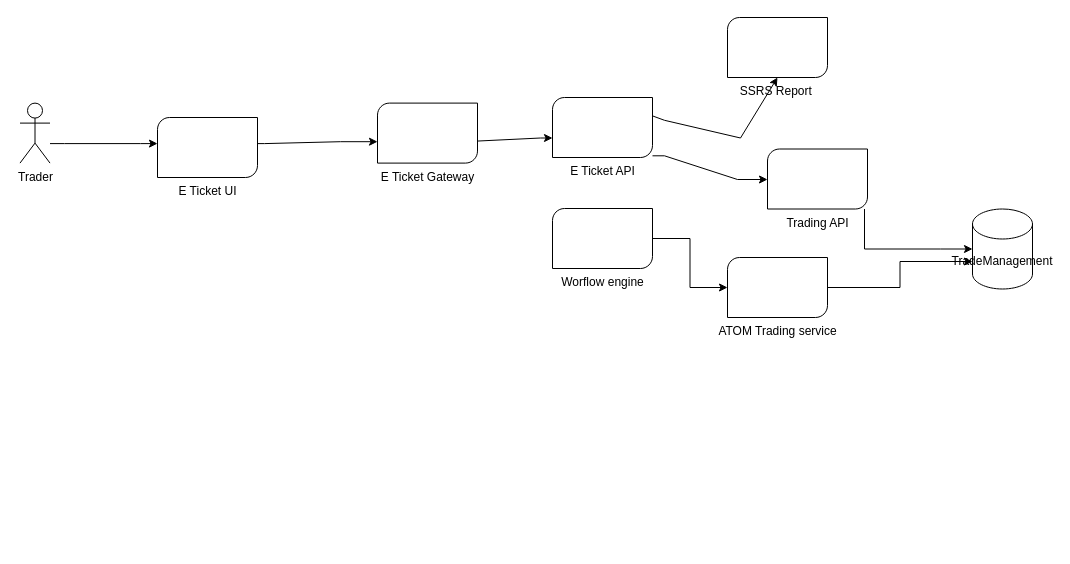
Earlier version of the draw.io diagram page "E Ticket" (1 of 6) of Untitled Diagram.drawio (jithinElambasseril/SSRSjsonDataSource). Source tidied: cells renumbered, new cells numbered last; positions are measured from the earlier drawing's top-left corner, leaving out a move shared by most shapes. Both pictures are drawn from the tidied source at 100%, with x=0, y=0 at pixel (19, 17).
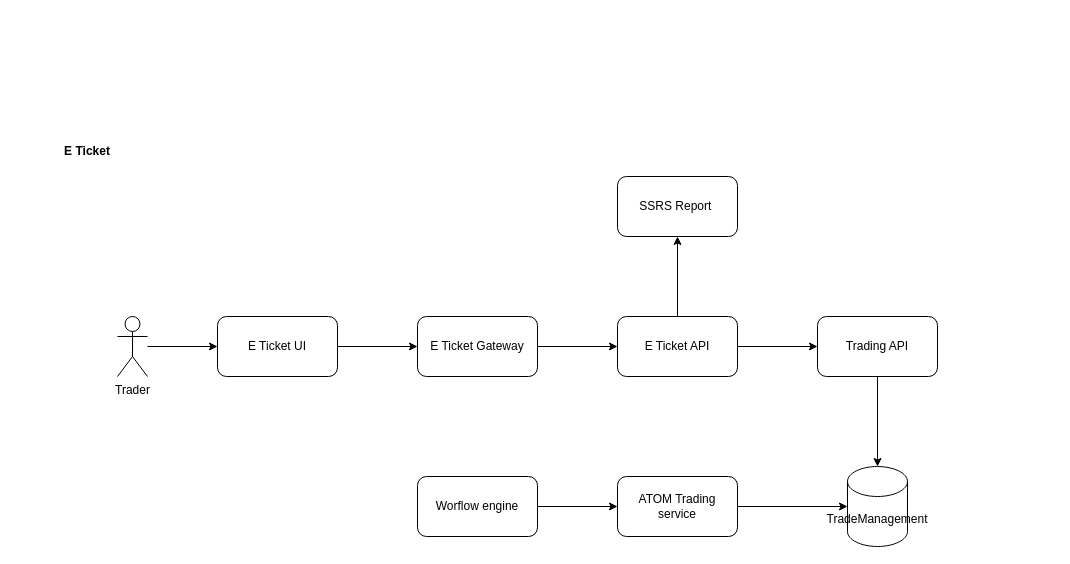
The same diagram, later.

What changed in the source:
```diff
@@
     <mxCell id="2" value="TradeManagement" style="shape=cylinder3;whiteSpace=wrap;html=1;boundedLbl=1;backgroundOutline=1;size=15;" parent="1" vertex="1">
-      <mxGeometry x="953" y="191.5" width="60" height="80" as="geometry" />
+      <mxGeometry x="828" y="449" width="60" height="80" as="geometry" />
     </mxCell>
+    <mxCell id="5" style="edgeStyle=orthogonalEdgeStyle;rounded=0;jettySize=auto;html=1;" parent="1" edge="1" source="6" target="8">
+      <mxGeometry relative="1" as="geometry" />
+    </mxCell>
+    <mxCell id="6" value="E Ticket UI" style="rounded=1;whiteSpace=wrap;html=1;" parent="1" vertex="1">
+      <mxGeometry x="198" y="299" width="120" height="60" as="geometry" />
+    </mxCell>
-    <mxCell id="3" style="edgeStyle=orthogonalEdgeStyle;rounded=0;jettySize=auto;html=1;noEdgeStyle=1;orthogonal=1;" parent="1" edge="1" source="4" target="6">
-      <mxGeometry relative="1" as="geometry">
-        <Array as="points">
-          <mxPoint x="45" y="126.1" />
-          <mxPoint x="121" y="126.1" />
-        </Array>
-      </mxGeometry>
+    <mxCell id="3" style="edgeStyle=orthogonalEdgeStyle;rounded=0;jettySize=auto;html=1;" parent="1" edge="1" source="4" target="6">
+      <mxGeometry relative="1" as="geometry" />
     </mxCell>
     <mxCell id="4" value="Trader" style="shape=umlActor;verticalLabelPosition=bottom;verticalAlign=top;html=1;outlineConnect=0;" parent="1" vertex="1">
-      <mxGeometry x="0.5" y="85.6" width="30" height="60" as="geometry" />
+      <mxGeometry x="98" y="299" width="30" height="60" as="geometry" />
     </mxCell>
-    <mxCell id="5" style="edgeStyle=orthogonalEdgeStyle;rounded=0;jettySize=auto;html=1;noEdgeStyle=1;orthogonal=1;" parent="1" edge="1" source="6" target="8">
-      <mxGeometry relative="1" as="geometry">
-        <Array as="points">
-          <mxPoint x="245" y="126.1" />
-          <mxPoint x="321" y="124.2" />
-        </Array>
-      </mxGeometry>
-    </mxCell>
-    <mxCell id="6" value="E Ticket UI" style="verticalLabelPosition=bottom;verticalAlign=top;html=1;shape=mxgraph.basic.diag_round_rect;dx=6;" parent="1" vertex="1">
-      <mxGeometry x="138" y="100" width="100" height="60" as="geometry" />
-    </mxCell>
-    <mxCell id="7" style="edgeStyle=orthogonalEdgeStyle;rounded=0;jettySize=auto;html=1;noEdgeStyle=1;orthogonal=1;" parent="1" edge="1" source="8" target="12">
-      <mxGeometry relative="1" as="geometry">
-        <Array as="points">
-          <mxPoint x="445" y="124.2" />
-          <mxPoint x="521" y="120.5" />
-        </Array>
-      </mxGeometry>
+    <mxCell id="7" style="edgeStyle=orthogonalEdgeStyle;rounded=0;jettySize=auto;html=1;" parent="1" edge="1" source="8" target="12">
+      <mxGeometry relative="1" as="geometry" />
     </mxCell>
-    <mxCell id="8" value="E Ticket Gateway" style="verticalLabelPosition=bottom;verticalAlign=top;html=1;shape=mxgraph.basic.diag_round_rect;dx=6;" parent="1" vertex="1">
-      <mxGeometry x="358" y="85.6" width="100" height="60" as="geometry" />
+    <mxCell id="8" value="E Ticket Gateway" style="whiteSpace=wrap;html=1;rounded=1;" parent="1" vertex="1">
+      <mxGeometry x="398" y="299" width="120" height="60" as="geometry" />
     </mxCell>
+    <mxCell id="11" style="edgeStyle=orthogonalEdgeStyle;rounded=0;jettySize=auto;html=1;" parent="1" edge="1" source="12" target="16">
+      <mxGeometry relative="1" as="geometry" />
+    </mxCell>
+    <mxCell id="10" style="edgeStyle=orthogonalEdgeStyle;rounded=0;jettySize=auto;html=1;" parent="1" edge="1" source="12" target="9">
+      <mxGeometry relative="1" as="geometry" />
+    </mxCell>
+    <mxCell id="12" value="E Ticket API" style="whiteSpace=wrap;html=1;rounded=1;" parent="1" vertex="1">
+      <mxGeometry x="598" y="299" width="120" height="60" as="geometry" />
+    </mxCell>
+    <mxCell id="15" style="edgeStyle=orthogonalEdgeStyle;rounded=0;jettySize=auto;html=1;" parent="1" edge="1" source="16" target="2">
+      <mxGeometry relative="1" as="geometry" />
+    </mxCell>
+    <mxCell id="16" value="Trading API" style="whiteSpace=wrap;html=1;rounded=1;" parent="1" vertex="1">
+      <mxGeometry x="798" y="299" width="120" height="60" as="geometry" />
+    </mxCell>
-    <mxCell id="9" value="SSRS Report&amp;nbsp;" style="verticalLabelPosition=bottom;verticalAlign=top;html=1;shape=mxgraph.basic.diag_round_rect;dx=6;" parent="1" vertex="1">
-      <mxGeometry x="708" width="100" height="60" as="geometry" />
+    <mxCell id="9" value="SSRS Report&amp;nbsp;" style="whiteSpace=wrap;html=1;rounded=1;" parent="1" vertex="1">
+      <mxGeometry x="598" y="159" width="120" height="60" as="geometry" />
     </mxCell>
-    <mxCell id="10" style="edgeStyle=orthogonalEdgeStyle;rounded=0;jettySize=auto;html=1;exitX=0.5;exitY=0;exitDx=0;exitDy=0;exitPerimeter=0;entryX=0.5;entryY=1;entryDx=0;entryDy=0;entryPerimeter=0;noEdgeStyle=1;orthogonal=1;" parent="1" edge="1" source="12" target="9">
-      <mxGeometry relative="1" as="geometry">
-        <Array as="points">
-          <mxPoint x="645" y="102.8" />
-          <mxPoint x="721" y="120.5" />
-        </Array>
-      </mxGeometry>
-    </mxCell>
-    <mxCell id="11" style="edgeStyle=orthogonalEdgeStyle;rounded=0;jettySize=auto;html=1;noEdgeStyle=1;orthogonal=1;" parent="1" edge="1" source="12" target="16">
-      <mxGeometry relative="1" as="geometry">
-        <Array as="points">
-          <mxPoint x="645" y="138.3" />
-          <mxPoint x="718" y="162" />
-        </Array>
-      </mxGeometry>
-    </mxCell>
-    <mxCell id="12" value="E Ticket API" style="verticalLabelPosition=bottom;verticalAlign=top;html=1;shape=mxgraph.basic.diag_round_rect;dx=6;" parent="1" vertex="1">
-      <mxGeometry x="533" y="80" width="100" height="60" as="geometry" />
-    </mxCell>
@@
-    <mxCell id="14" value="Worflow engine" style="verticalLabelPosition=bottom;verticalAlign=top;html=1;shape=mxgraph.basic.diag_round_rect;dx=6;" parent="1" vertex="1">
-      <mxGeometry x="533" y="191" width="100" height="60" as="geometry" />
+    <mxCell id="14" value="Worflow engine" style="rounded=1;whiteSpace=wrap;html=1;" parent="1" vertex="1">
+      <mxGeometry x="398" y="459" width="120" height="60" as="geometry" />
     </mxCell>
-    <mxCell id="15" style="edgeStyle=orthogonalEdgeStyle;rounded=0;jettySize=auto;html=1;noEdgeStyle=1;orthogonal=1;" parent="1" edge="1" source="16" target="2">
-      <mxGeometry relative="1" as="geometry">
-        <Array as="points">
-          <mxPoint x="845" y="231.5" />
-          <mxPoint x="921" y="231.5" />
-        </Array>
-      </mxGeometry>
-    </mxCell>
-    <mxCell id="16" value="Trading API" style="verticalLabelPosition=bottom;verticalAlign=top;html=1;shape=mxgraph.basic.diag_round_rect;dx=6;" parent="1" vertex="1">
-      <mxGeometry x="748" y="131.5" width="100" height="60" as="geometry" />
-    </mxCell>
-    <mxCell id="17" style="edgeStyle=orthogonalEdgeStyle;rounded=0;jettySize=auto;html=1;entryX=0;entryY=0;entryDx=0;entryDy=52.5;entryPerimeter=0;" parent="1" edge="1" source="18" target="2">
+    <mxCell id="17" style="edgeStyle=orthogonalEdgeStyle;rounded=0;jettySize=auto;html=1;" parent="1" edge="1" source="18" target="2">
       <mxGeometry relative="1" as="geometry" />
     </mxCell>
-    <mxCell id="18" value="ATOM Trading service" style="verticalLabelPosition=bottom;verticalAlign=top;html=1;shape=mxgraph.basic.diag_round_rect;dx=6;" parent="1" vertex="1">
-      <mxGeometry x="708" y="240" width="100" height="60" as="geometry" />
+    <mxCell id="18" value="ATOM Trading service" style="whiteSpace=wrap;html=1;rounded=1;" parent="1" vertex="1">
+      <mxGeometry x="598" y="459" width="120" height="60" as="geometry" />
     </mxCell>
+    <mxCell id="19" value="E Ticket" style="text;align=center;fontStyle=1;verticalAlign=middle;spacingLeft=3;spacingRight=3;strokeColor=none;" parent="1" vertex="1">
+      <mxGeometry x="28" y="120" width="80" height="26" as="geometry" />
+    </mxCell>
```
